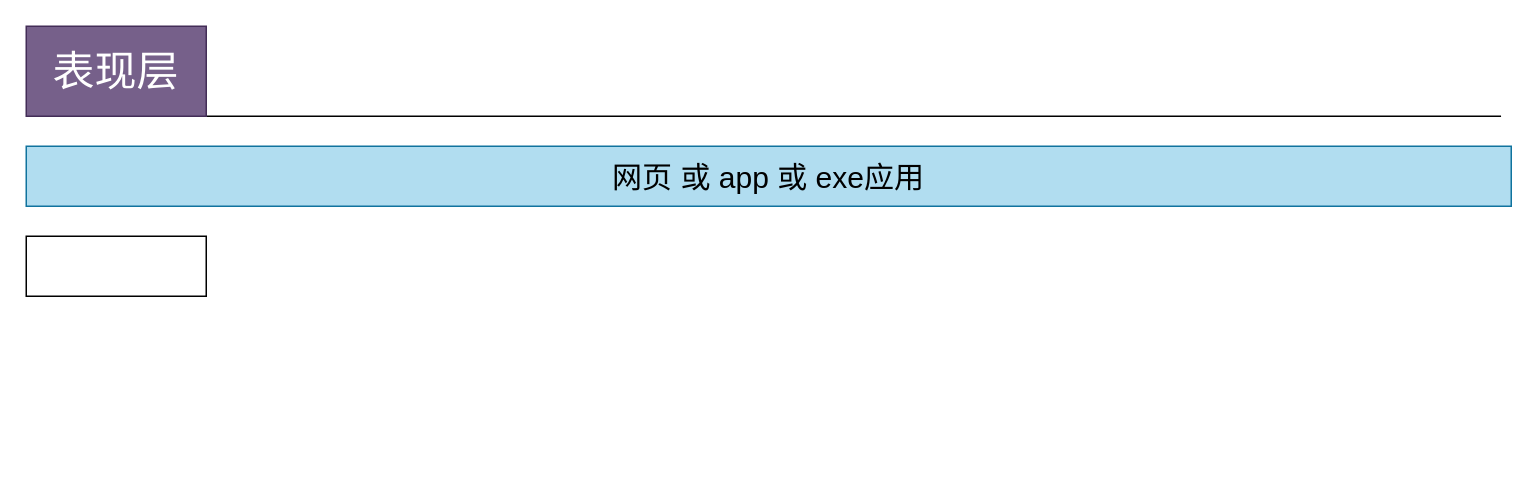
Above: 未命名绘图.drawio in robertshuai/draw.io (draw.io), before the change. Source tidied: cells renumbered, new cells numbered last; positions are measured from the earlier drawing's top-left corner, leaving out a move shared by most shapes. Both pictures are drawn from the tidied source at 150%, with x=0, y=0 at pixel (26, 26).
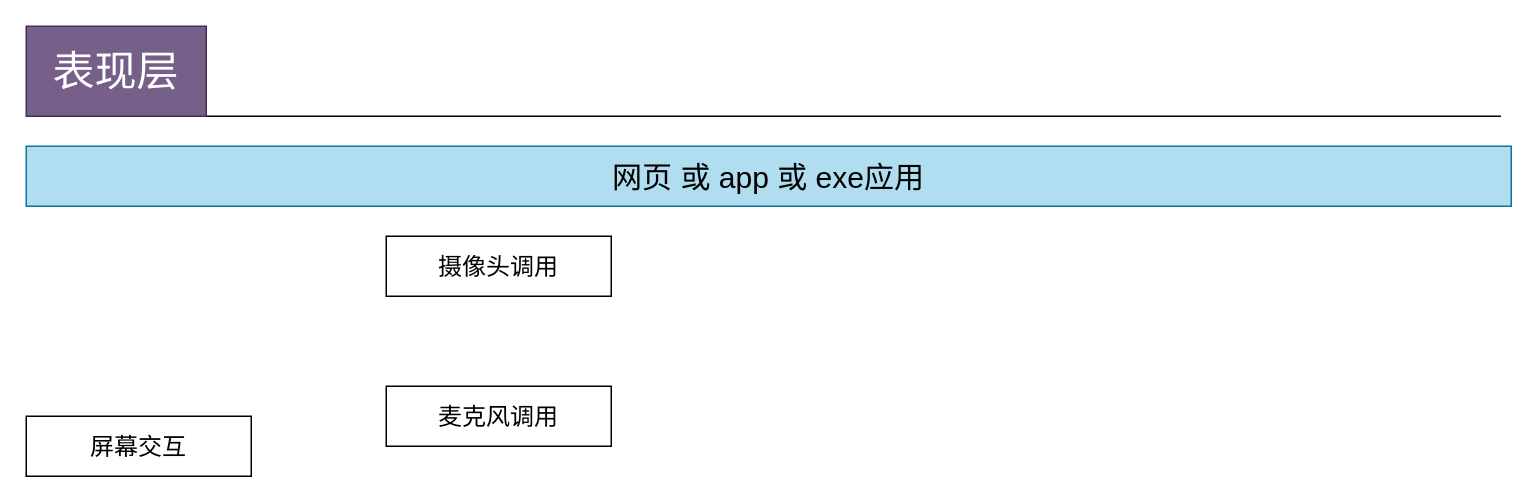
The same page after the edit.

The edit, as a diff of the source:
```diff
@@
 <mxGraphModel>
   <root>
     <mxCell id="0" />
     <mxCell id="1" parent="0" />
     <mxCell id="2" style="endArrow=none;html=1;rounded=0;exitX=1;exitY=0.75;exitDx=0;exitDy=0;" parent="1" edge="1">
       <mxGeometry relative="1" as="geometry">
         <mxPoint x="120" y="60" as="sourcePoint" />
         <mxPoint x="983.2" y="60" as="targetPoint" />
       </mxGeometry>
     </mxCell>
     <mxCell id="3" value="&lt;font style=&quot;font-size: 28px;&quot;&gt;表现层&lt;/font&gt;" style="rounded=0;whiteSpace=wrap;html=1;fillColor=#76608a;fontColor=#ffffff;strokeColor=#432D57;" parent="1" vertex="1">
       <mxGeometry width="120" height="60" as="geometry" />
     </mxCell>
     <mxCell id="4" value="&lt;font style=&quot;font-size: 20px;&quot;&gt;网页 或 app 或 exe应用&lt;/font&gt;" style="rounded=0;whiteSpace=wrap;html=1;fillColor=#b1ddf0;strokeColor=#10739e;" parent="1" vertex="1">
       <mxGeometry y="80" width="990" height="40" as="geometry" />
     </mxCell>
-    <mxCell id="5" style="verticalLabelPosition=bottom;verticalAlign=top;html=1;shape=mxgraph.basic.rect;fillColor2=none;strokeWidth=1;size=0;indent=5;" parent="1" vertex="1">
-      <mxGeometry y="140" width="120" height="40" as="geometry" />
-    </mxCell>
+    <mxCell id="6" value="&lt;font style=&quot;font-size: 16px;&quot;&gt;屏幕交互&lt;/font&gt;" style="rounded=0;whiteSpace=wrap;html=1;" parent="1" vertex="1">
+      <mxGeometry y="260" width="150" height="40" as="geometry" />
+    </mxCell>
+    <mxCell id="7" value="&lt;font style=&quot;font-size: 16px;&quot;&gt;摄像头调用&lt;/font&gt;" style="rounded=0;whiteSpace=wrap;html=1;" parent="1" vertex="1">
+      <mxGeometry x="240" y="140" width="150" height="40" as="geometry" />
+    </mxCell>
+    <mxCell id="8" value="&lt;font style=&quot;font-size: 16px;&quot;&gt;麦克风调用&lt;/font&gt;" style="rounded=0;whiteSpace=wrap;html=1;" parent="1" vertex="1">
+      <mxGeometry x="240" y="240" width="150" height="40" as="geometry" />
+    </mxCell>
   </root>
 </mxGraphModel>
```
